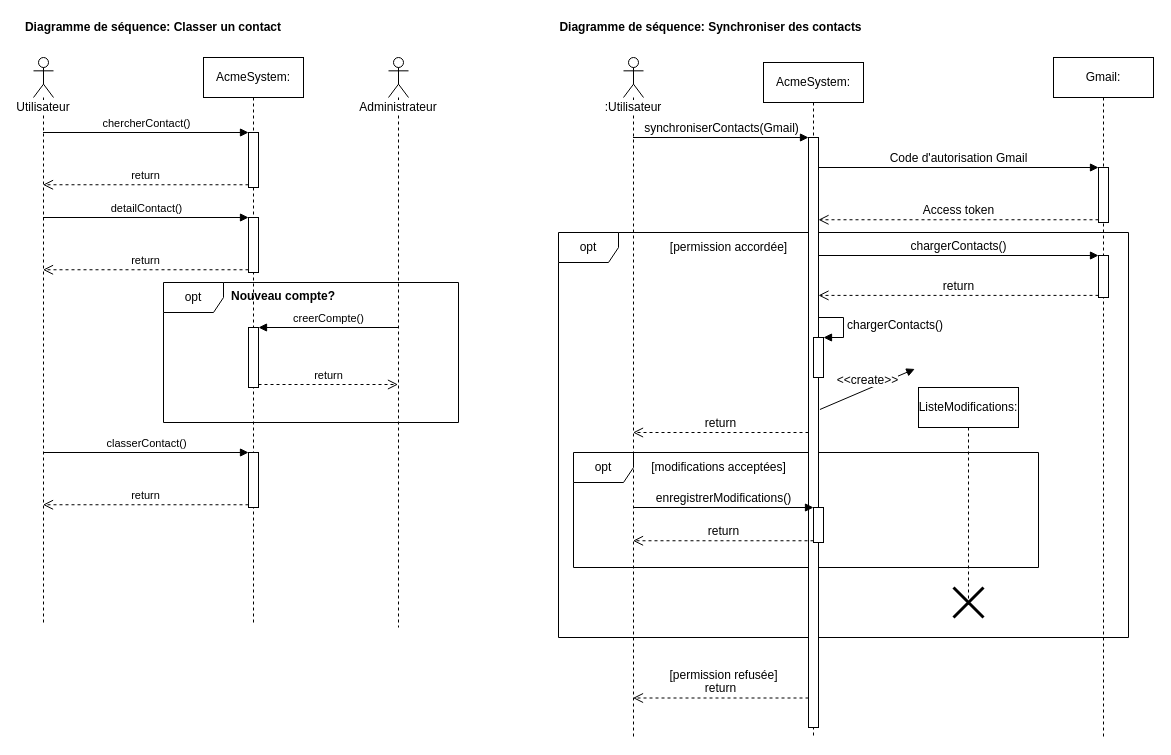
Earlier version of the draw.io diagram page "Sequence" (4 of 7) of Documentation/usecase-diagram.drawio (Nic0tiN/IDEC-AcmeSystem-NG). Source tidied: cells renumbered, new cells numbered last; positions are measured from the earlier drawing's top-left corner, leaving out a move shared by most shapes. Both pictures are drawn from the tidied source at 100%, with x=0, y=0 at pixel (18, 17).
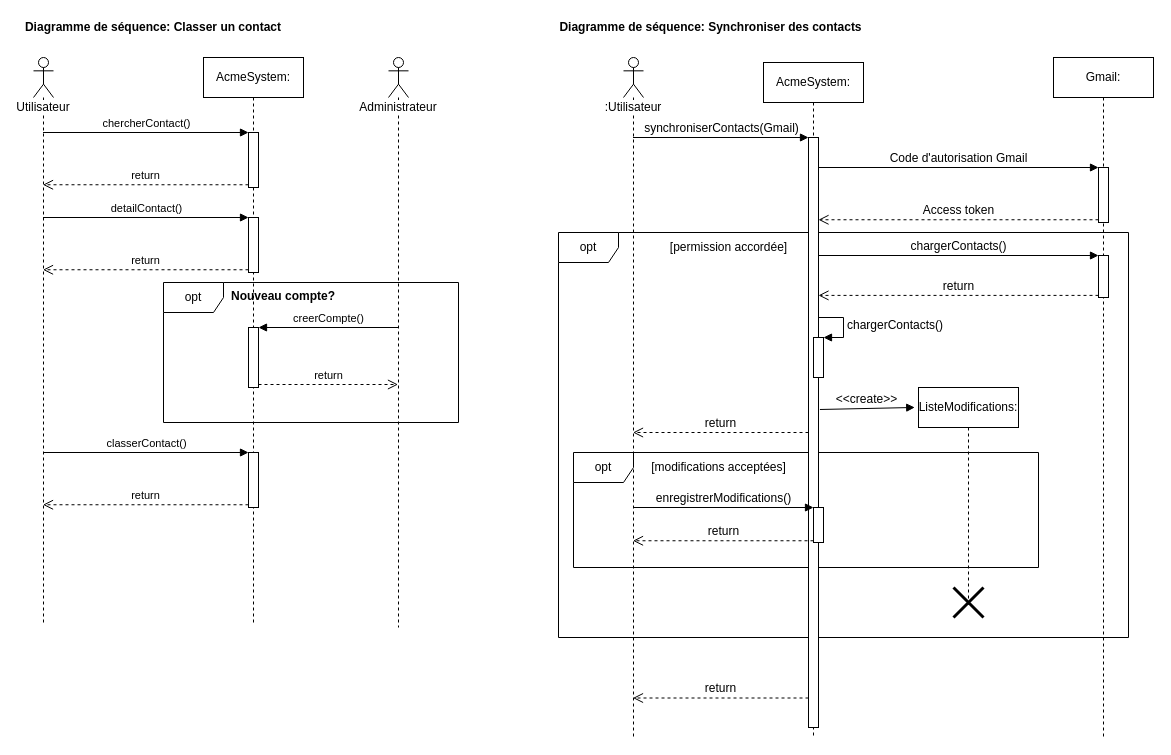
After the change.

The change refers to these unchanged cells:
```xml
<mxCell id="2" value="opt" style="shape=umlFrame;whiteSpace=wrap;html=1;align=center;" parent="1" vertex="1">
  <mxGeometry x="540" y="215" width="570" height="405" as="geometry" />
</mxCell>
<mxCell id="24" style="html=1;points=[];perimeter=orthogonalPerimeter;fontSize=12;fontColor=#000000;align=center;" parent="23" vertex="1">
  <mxGeometry x="45" y="75" width="10" height="590" as="geometry" />
</mxCell>
```

Change to the diagram source:
```diff
@@
-    <mxCell id="38" value="[permission refusée]" style="text;html=1;align=center;verticalAlign=middle;fontSize=12;fontColor=#000000;" parent="1" vertex="1">
-      <mxGeometry x="645" y="648" width="120" height="20" as="geometry" />
-    </mxCell>
@@
-    <mxCell id="41" value="&amp;lt;&amp;lt;create&amp;gt;&amp;gt;" style="html=1;verticalAlign=bottom;endArrow=block;strokeColor=#000000;fontSize=12;fontColor=#000000;entryX=0.625;entryY=0.337;entryDx=0;entryDy=0;entryPerimeter=0;exitX=1.143;exitY=0.461;exitDx=0;exitDy=0;exitPerimeter=0;" parent="1" edge="1" source="24" target="2">
+    <mxCell id="41" value="&amp;lt;&amp;lt;create&amp;gt;&amp;gt;" style="html=1;verticalAlign=bottom;endArrow=block;strokeColor=#000000;fontSize=12;fontColor=#000000;entryX=0.625;entryY=0.432;entryDx=0;entryDy=0;entryPerimeter=0;exitX=1.143;exitY=0.461;exitDx=0;exitDy=0;exitPerimeter=0;" parent="1" edge="1" source="24" target="2">
       <mxGeometry relative="1" as="geometry" />
     </mxCell>
```
